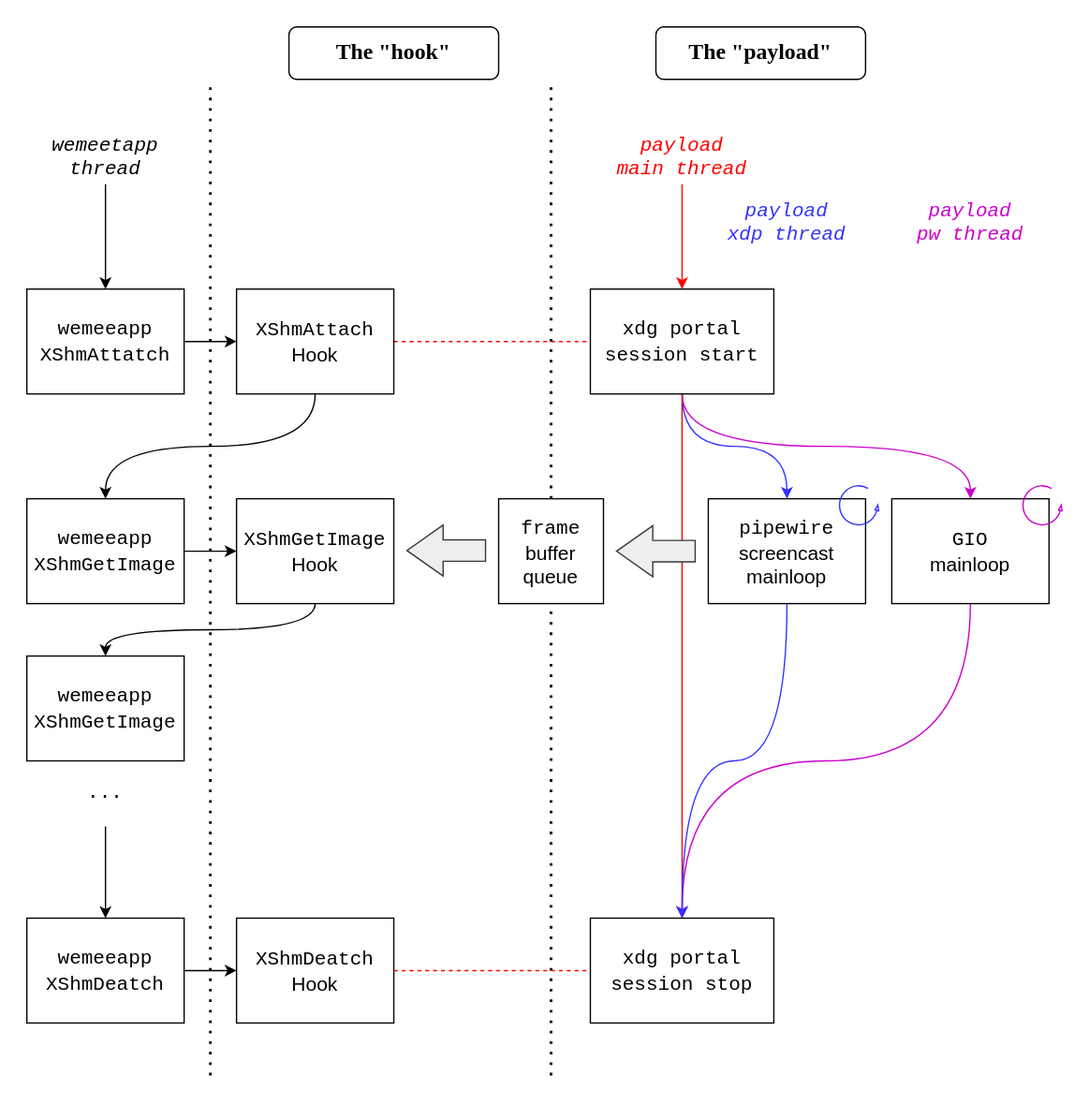
Above: resource/diagram.svg in novel2430/wemeet-wayland-screenshare (draw.io), before the change. Source tidied: cells renumbered, new cells last; positions are measured from the earlier drawing's top-left corner, leaving out a move shared by most shapes. The source it was exported from:
```xml
<mxGraphModel>
  <root>
    <mxCell id="0" />
    <mxCell id="1" parent="0" />
    <mxCell id="2" style="edgeStyle=none;html=1;exitX=1;exitY=0.5;exitDx=0;exitDy=0;entryX=0;entryY=0.5;entryDx=0;entryDy=0;fontFamily=Courier New;fontSize=15;" parent="1" edge="1" source="3" target="15">
      <mxGeometry relative="1" as="geometry" />
    </mxCell>
    <mxCell id="3" value="&lt;font style=&quot;font-size: 15px;&quot;&gt;&lt;font face=&quot;Courier New&quot; style=&quot;font-size: 15px;&quot;&gt;wemeeapp&lt;br style=&quot;font-size: 15px;&quot;&gt;XShmAttatch&lt;/font&gt;&lt;br style=&quot;font-size: 15px;&quot;&gt;&lt;/font&gt;" style="rounded=0;whiteSpace=wrap;html=1;fontSize=15;" parent="1" vertex="1">
      <mxGeometry y="200" width="120" height="80" as="geometry" />
    </mxCell>
    <mxCell id="4" style="edgeStyle=orthogonalEdgeStyle;curved=1;rounded=1;html=1;exitX=1;exitY=0.5;exitDx=0;exitDy=0;entryX=0;entryY=0.5;entryDx=0;entryDy=0;strokeColor=#000000;fontFamily=Courier New;fontSize=15;fontColor=#FF0000;endArrow=classic;endFill=1;elbow=vertical;" parent="1" edge="1" source="5" target="34">
      <mxGeometry relative="1" as="geometry" />
    </mxCell>
    <mxCell id="5" value="&lt;font style=&quot;font-size: 15px;&quot;&gt;&lt;font face=&quot;Courier New&quot; style=&quot;font-size: 15px;&quot;&gt;wemeeapp&lt;br style=&quot;font-size: 15px;&quot;&gt;XShmGetImage&lt;/font&gt;&lt;br style=&quot;font-size: 15px;&quot;&gt;&lt;/font&gt;" style="rounded=0;whiteSpace=wrap;html=1;fontSize=15;" parent="1" vertex="1">
      <mxGeometry y="360" width="120" height="80" as="geometry" />
    </mxCell>
    <mxCell id="6" value="&lt;font style=&quot;font-size: 15px;&quot;&gt;&lt;font face=&quot;Courier New&quot; style=&quot;font-size: 15px;&quot;&gt;wemeeapp&lt;br style=&quot;font-size: 15px;&quot;&gt;XShmGetImage&lt;/font&gt;&lt;br style=&quot;font-size: 15px;&quot;&gt;&lt;/font&gt;" style="rounded=0;whiteSpace=wrap;html=1;fontSize=15;" parent="1" vertex="1">
      <mxGeometry y="480" width="120" height="80" as="geometry" />
    </mxCell>
    <mxCell id="7" style="endArrow=classic;html=1;fontFamily=Courier New;fontSize=15;exitX=0.5;exitY=1;exitDx=0;exitDy=0;" parent="1" edge="1" source="9">
      <mxGeometry relative="1" as="geometry">
        <mxPoint x="60" y="200" as="targetPoint" />
      </mxGeometry>
    </mxCell>
    <mxCell id="8" style="endArrow=none;dashed=1;html=1;dashPattern=1 3;strokeWidth=2;fontFamily=Courier New;fontSize=14;" parent="1" edge="1">
      <mxGeometry relative="1" as="geometry">
        <mxPoint x="140" y="800" as="sourcePoint" />
        <mxPoint x="140" y="40" as="targetPoint" />
      </mxGeometry>
    </mxCell>
    <mxCell id="9" value="wemeetapp&lt;br style=&quot;font-size: 15px;&quot;&gt;thread" style="text;html=1;strokeColor=none;fillColor=none;align=center;verticalAlign=middle;whiteSpace=wrap;rounded=0;fontFamily=Courier New;fontSize=15;fontStyle=2;" parent="1" vertex="1">
      <mxGeometry y="80" width="120" height="40" as="geometry" />
    </mxCell>
    <mxCell id="10" style="edgeStyle=orthogonalEdgeStyle;curved=1;rounded=1;html=1;exitX=1;exitY=0.5;exitDx=0;exitDy=0;entryX=0;entryY=0.5;entryDx=0;entryDy=0;strokeColor=#000000;fontFamily=Courier New;fontSize=15;fontColor=#FF0000;endArrow=classic;endFill=1;elbow=vertical;" parent="1" edge="1" source="11" target="30">
      <mxGeometry relative="1" as="geometry" />
    </mxCell>
    <mxCell id="11" value="&lt;font style=&quot;font-size: 15px;&quot;&gt;&lt;font face=&quot;Courier New&quot; style=&quot;font-size: 15px;&quot;&gt;wemeeapp&lt;br style=&quot;font-size: 15px;&quot;&gt;XShmDeatch&lt;/font&gt;&lt;br style=&quot;font-size: 15px;&quot;&gt;&lt;/font&gt;" style="rounded=0;whiteSpace=wrap;html=1;fontSize=15;" parent="1" vertex="1">
      <mxGeometry y="680" width="120" height="80" as="geometry" />
    </mxCell>
    <mxCell id="12" style="endArrow=classic;html=1;fontFamily=Courier New;fontSize=15;entryX=0.5;entryY=0;entryDx=0;entryDy=0;" parent="1" edge="1" target="11">
      <mxGeometry relative="1" as="geometry">
        <mxPoint x="60" y="610" as="sourcePoint" />
      </mxGeometry>
    </mxCell>
    <mxCell id="13" style="edgeStyle=orthogonalEdgeStyle;html=1;exitX=0.5;exitY=1;exitDx=0;exitDy=0;entryX=0.5;entryY=0;entryDx=0;entryDy=0;fontFamily=Courier New;fontSize=15;curved=1;" parent="1" edge="1" source="15" target="5">
      <mxGeometry relative="1" as="geometry" />
    </mxCell>
    <mxCell id="14" style="edgeStyle=orthogonalEdgeStyle;html=1;exitX=1;exitY=0.5;exitDx=0;exitDy=0;entryX=0;entryY=0.5;entryDx=0;entryDy=0;strokeColor=#FF0000;fontFamily=Courier New;fontSize=15;fontColor=#FF0000;rounded=0;endArrow=none;endFill=0;dashed=1;" parent="1" edge="1" source="15" target="19">
      <mxGeometry relative="1" as="geometry" />
    </mxCell>
    <mxCell id="15" value="&lt;font style=&quot;font-size: 15px;&quot;&gt;&lt;font face=&quot;Courier New&quot; style=&quot;font-size: 15px;&quot;&gt;XShmAttach&lt;br style=&quot;font-size: 15px;&quot;&gt;&lt;/font&gt;Hook&lt;br style=&quot;font-size: 15px;&quot;&gt;&lt;/font&gt;" style="rounded=0;whiteSpace=wrap;html=1;fontSize=15;" parent="1" vertex="1">
      <mxGeometry x="160" y="200" width="120" height="80" as="geometry" />
    </mxCell>
    <mxCell id="16" style="edgeStyle=orthogonalEdgeStyle;html=1;exitX=0.5;exitY=1;exitDx=0;exitDy=0;entryX=0.5;entryY=0;entryDx=0;entryDy=0;strokeColor=#CC00CC;fontFamily=Courier New;fontSize=15;fontColor=#CC00CC;endArrow=classic;endFill=1;curved=1;" parent="1" edge="1" source="19" target="23">
      <mxGeometry relative="1" as="geometry" />
    </mxCell>
    <mxCell id="17" style="edgeStyle=orthogonalEdgeStyle;curved=1;html=1;exitX=0.5;exitY=1;exitDx=0;exitDy=0;entryX=0.5;entryY=0;entryDx=0;entryDy=0;strokeColor=#3333FF;fontFamily=Courier New;fontSize=15;fontColor=#FF0000;endArrow=classic;endFill=1;" parent="1" edge="1" source="19" target="25">
      <mxGeometry relative="1" as="geometry" />
    </mxCell>
    <mxCell id="18" style="edgeStyle=orthogonalEdgeStyle;curved=1;html=1;exitX=0.5;exitY=1;exitDx=0;exitDy=0;strokeColor=#FF0000;fontFamily=Courier New;fontSize=15;fontColor=#FF0000;endArrow=classic;endFill=1;" parent="1" edge="1" source="19" target="29">
      <mxGeometry relative="1" as="geometry" />
    </mxCell>
    <mxCell id="19" value="&lt;font style=&quot;font-size: 15px;&quot;&gt;&lt;font face=&quot;Courier New&quot; style=&quot;font-size: 15px;&quot;&gt;&lt;font style=&quot;font-size: 15px;&quot;&gt;xdg portal&lt;br style=&quot;font-size: 15px;&quot;&gt;&lt;/font&gt;session start&lt;/font&gt;&lt;br style=&quot;font-size: 15px;&quot;&gt;&lt;/font&gt;" style="rounded=0;whiteSpace=wrap;html=1;fontSize=15;" parent="1" vertex="1">
      <mxGeometry x="430" y="200" width="140" height="80" as="geometry" />
    </mxCell>
    <mxCell id="20" style="endArrow=classic;html=1;fontFamily=Courier New;fontSize=15;entryX=0.5;entryY=0;entryDx=0;entryDy=0;strokeColor=#FF0000;exitX=0.5;exitY=1;exitDx=0;exitDy=0;" parent="1" edge="1" source="21" target="19">
      <mxGeometry relative="1" as="geometry" />
    </mxCell>
    <mxCell id="21" value="payload&lt;br style=&quot;font-size: 15px;&quot;&gt;main thread" style="text;html=1;strokeColor=none;fillColor=none;align=center;verticalAlign=middle;whiteSpace=wrap;rounded=0;fontFamily=Courier New;fontSize=15;fontColor=#FF0000;fontStyle=2;" parent="1" vertex="1">
      <mxGeometry x="440" y="80" width="120" height="40" as="geometry" />
    </mxCell>
    <mxCell id="22" style="edgeStyle=orthogonalEdgeStyle;curved=1;rounded=1;html=1;exitX=0.5;exitY=1;exitDx=0;exitDy=0;entryX=0.5;entryY=0;entryDx=0;entryDy=0;strokeColor=#CC00CC;fontFamily=Courier New;fontSize=15;fontColor=#CC00CC;endArrow=classic;endFill=1;elbow=vertical;" parent="1" edge="1" source="23" target="29">
      <mxGeometry relative="1" as="geometry" />
    </mxCell>
    <mxCell id="23" value="&lt;font style=&quot;font-size: 15px;&quot;&gt;&lt;font face=&quot;Courier New&quot; style=&quot;font-size: 15px;&quot;&gt;GIO&lt;br style=&quot;font-size: 15px;&quot;&gt;&lt;/font&gt;mainloop&lt;br style=&quot;font-size: 15px;&quot;&gt;&lt;/font&gt;" style="rounded=0;whiteSpace=wrap;html=1;fontSize=15;" parent="1" vertex="1">
      <mxGeometry x="660" y="360" width="120" height="80" as="geometry" />
    </mxCell>
    <mxCell id="24" style="html=1;exitX=0.5;exitY=1;exitDx=0;exitDy=0;strokeColor=#3333FF;fontFamily=Courier New;fontSize=15;fontColor=#FF0000;endArrow=classic;endFill=1;edgeStyle=orthogonalEdgeStyle;elbow=vertical;rounded=1;curved=1;entryX=0.5;entryY=0;entryDx=0;entryDy=0;" parent="1" edge="1" source="25" target="29">
      <mxGeometry relative="1" as="geometry" />
    </mxCell>
    <mxCell id="25" value="&lt;font style=&quot;font-size: 15px;&quot;&gt;&lt;font face=&quot;Courier New&quot; style=&quot;font-size: 15px;&quot;&gt;pipewire&lt;br style=&quot;font-size: 15px;&quot;&gt;&lt;/font&gt;screencast&lt;br style=&quot;font-size: 15px;&quot;&gt;mainloop&lt;br style=&quot;font-size: 15px;&quot;&gt;&lt;/font&gt;" style="rounded=0;whiteSpace=wrap;html=1;fontSize=15;" parent="1" vertex="1">
      <mxGeometry x="520" y="360" width="120" height="80" as="geometry" />
    </mxCell>
    <mxCell id="26" style="endArrow=none;dashed=1;html=1;dashPattern=1 3;strokeWidth=2;fontFamily=Courier New;fontSize=14;" parent="1" edge="1">
      <mxGeometry relative="1" as="geometry">
        <mxPoint x="400" y="800" as="sourcePoint" />
        <mxPoint x="400" y="40" as="targetPoint" />
      </mxGeometry>
    </mxCell>
    <mxCell id="27" style="verticalLabelPosition=bottom;html=1;verticalAlign=top;strokeWidth=1;shape=mxgraph.lean_mapping.physical_pull;fontFamily=Courier New;fontSize=15;fontColor=#FF0000;fillColor=none;strokeColor=#3333FF;" parent="1" vertex="1">
      <mxGeometry x="620" y="350" width="30" height="30" as="geometry" />
    </mxCell>
    <mxCell id="28" style="verticalLabelPosition=bottom;html=1;verticalAlign=top;strokeWidth=1;shape=mxgraph.lean_mapping.physical_pull;fontFamily=Courier New;fontSize=15;fontColor=#CC00CC;fillColor=none;strokeColor=#CC00CC;" parent="1" vertex="1">
      <mxGeometry x="760" y="350" width="30" height="30" as="geometry" />
    </mxCell>
    <mxCell id="29" value="&lt;font style=&quot;font-size: 15px;&quot;&gt;&lt;font face=&quot;Courier New&quot; style=&quot;font-size: 15px;&quot;&gt;&lt;font style=&quot;font-size: 15px;&quot;&gt;xdg portal&lt;br style=&quot;font-size: 15px;&quot;&gt;&lt;/font&gt;session stop&lt;/font&gt;&lt;br style=&quot;font-size: 15px;&quot;&gt;&lt;/font&gt;" style="rounded=0;whiteSpace=wrap;html=1;fontSize=15;" parent="1" vertex="1">
      <mxGeometry x="430" y="680" width="140" height="80" as="geometry" />
    </mxCell>
    <mxCell id="30" value="&lt;font style=&quot;font-size: 15px;&quot;&gt;&lt;span style=&quot;font-family: &amp;quot;Courier New&amp;quot;; font-size: 15px;&quot;&gt;XShmDeatch&lt;/span&gt;&lt;font face=&quot;Courier New&quot; style=&quot;font-size: 15px;&quot;&gt;&lt;br style=&quot;font-size: 15px;&quot;&gt;&lt;/font&gt;Hook&lt;br style=&quot;font-size: 15px;&quot;&gt;&lt;/font&gt;" style="rounded=0;whiteSpace=wrap;html=1;fontSize=15;" parent="1" vertex="1">
      <mxGeometry x="160" y="680" width="120" height="80" as="geometry" />
    </mxCell>
    <mxCell id="31" value="&lt;font color=&quot;#000000&quot; style=&quot;font-size: 15px;&quot;&gt;...&lt;/font&gt;" style="text;whiteSpace=wrap;html=1;fontSize=15;fontFamily=Courier New;fontColor=#FF0000;align=center;" parent="1" vertex="1">
      <mxGeometry x="20" y="570" width="80" height="30" as="geometry" />
    </mxCell>
    <mxCell id="32" style="edgeStyle=orthogonalEdgeStyle;html=1;entryX=0;entryY=0.5;entryDx=0;entryDy=0;strokeColor=#FF0000;fontFamily=Courier New;fontSize=15;fontColor=#FF0000;rounded=0;endArrow=none;endFill=0;dashed=1;exitX=1;exitY=0.5;exitDx=0;exitDy=0;" parent="1" edge="1" source="30" target="29">
      <mxGeometry relative="1" as="geometry" />
    </mxCell>
    <mxCell id="33" style="edgeStyle=orthogonalEdgeStyle;curved=1;rounded=1;html=1;exitX=0.5;exitY=1;exitDx=0;exitDy=0;entryX=0.5;entryY=0;entryDx=0;entryDy=0;strokeColor=#000000;fontFamily=Courier New;fontSize=15;fontColor=#FF0000;endArrow=classic;endFill=1;elbow=vertical;" parent="1" edge="1" source="34" target="6">
      <mxGeometry relative="1" as="geometry" />
    </mxCell>
    <mxCell id="34" value="&lt;font style=&quot;font-size: 15px;&quot;&gt;&lt;span style=&quot;font-family: &amp;quot;Courier New&amp;quot;;&quot;&gt;XShmGetImage&lt;/span&gt;&lt;font face=&quot;Courier New&quot; style=&quot;font-size: 15px;&quot;&gt;&lt;br style=&quot;font-size: 15px;&quot;&gt;&lt;/font&gt;Hook&lt;br style=&quot;font-size: 15px;&quot;&gt;&lt;/font&gt;" style="rounded=0;whiteSpace=wrap;html=1;fontSize=15;" parent="1" vertex="1">
      <mxGeometry x="160" y="360" width="120" height="80" as="geometry" />
    </mxCell>
    <mxCell id="35" value="&lt;span&gt;&lt;font color=&quot;#000000&quot; style=&quot;font-size: 17px;&quot;&gt;The &quot;hook&quot;&lt;/font&gt;&lt;/span&gt;" style="rounded=1;whiteSpace=wrap;html=1;strokeColor=#000000;strokeWidth=1;fontFamily=Times New Roman;fontSize=14;fontColor=#FF0000;fillColor=none;verticalAlign=middle;fontStyle=1;" parent="1" vertex="1">
      <mxGeometry x="200" width="160" height="40" as="geometry" />
    </mxCell>
    <mxCell id="36" value="&lt;span&gt;&lt;font color=&quot;#000000&quot; style=&quot;font-size: 17px;&quot;&gt;The &quot;payload&quot;&lt;/font&gt;&lt;/span&gt;" style="rounded=1;whiteSpace=wrap;html=1;strokeColor=#000000;strokeWidth=1;fontFamily=Times New Roman;fontSize=14;fontColor=#FF0000;fillColor=none;verticalAlign=middle;fontStyle=1;" parent="1" vertex="1">
      <mxGeometry x="480" width="160" height="40" as="geometry" />
    </mxCell>
    <mxCell id="37" value="&lt;font style=&quot;font-size: 15px;&quot;&gt;&lt;font style=&quot;font-size: 15px;&quot; face=&quot;Courier New&quot;&gt;frame&lt;br style=&quot;font-size: 15px;&quot;&gt;&lt;/font&gt;buffer&lt;br style=&quot;font-size: 15px;&quot;&gt;queue&lt;/font&gt;" style="rounded=0;whiteSpace=wrap;html=1;strokeColor=#000000;strokeWidth=1;fontFamily=Helvetica;fontSize=15;fontColor=#000000;fillColor=default;" parent="1" vertex="1">
      <mxGeometry x="360" y="360" width="80" height="80" as="geometry" />
    </mxCell>
    <mxCell id="38" style="html=1;shadow=0;dashed=0;align=center;verticalAlign=middle;shape=mxgraph.arrows2.arrow;dy=0.58;dx=27.63;flipH=1;notch=0;strokeColor=#36393d;strokeWidth=1;fontFamily=Courier New;fontSize=15;fillColor=#eeeeee;" parent="1" vertex="1">
      <mxGeometry x="450" y="380.5" width="60" height="39" as="geometry" />
    </mxCell>
    <mxCell id="39" style="html=1;shadow=0;dashed=0;align=center;verticalAlign=middle;shape=mxgraph.arrows2.arrow;dy=0.58;dx=27.63;flipH=1;notch=0;strokeColor=#36393d;strokeWidth=1;fontFamily=Courier New;fontSize=15;fillColor=#eeeeee;" parent="1" vertex="1">
      <mxGeometry x="290" y="380" width="60" height="39" as="geometry" />
    </mxCell>
    <mxCell id="40" value="payload&lt;br style=&quot;font-size: 15px;&quot;&gt;xdp thread" style="text;html=1;strokeColor=none;fillColor=none;align=center;verticalAlign=middle;whiteSpace=wrap;rounded=0;fontFamily=Courier New;fontSize=15;fontColor=#3333FF;fontStyle=2;" parent="1" vertex="1">
      <mxGeometry x="520" y="130" width="120" height="40" as="geometry" />
    </mxCell>
    <mxCell id="41" value="payload&lt;br style=&quot;font-size: 15px;&quot;&gt;pw thread" style="text;html=1;strokeColor=none;fillColor=none;align=center;verticalAlign=middle;whiteSpace=wrap;rounded=0;fontFamily=Courier New;fontSize=15;fontColor=#CC00CC;fontStyle=2;" parent="1" vertex="1">
      <mxGeometry x="660" y="130" width="120" height="40" as="geometry" />
    </mxCell>
  </root>
</mxGraphModel>
```
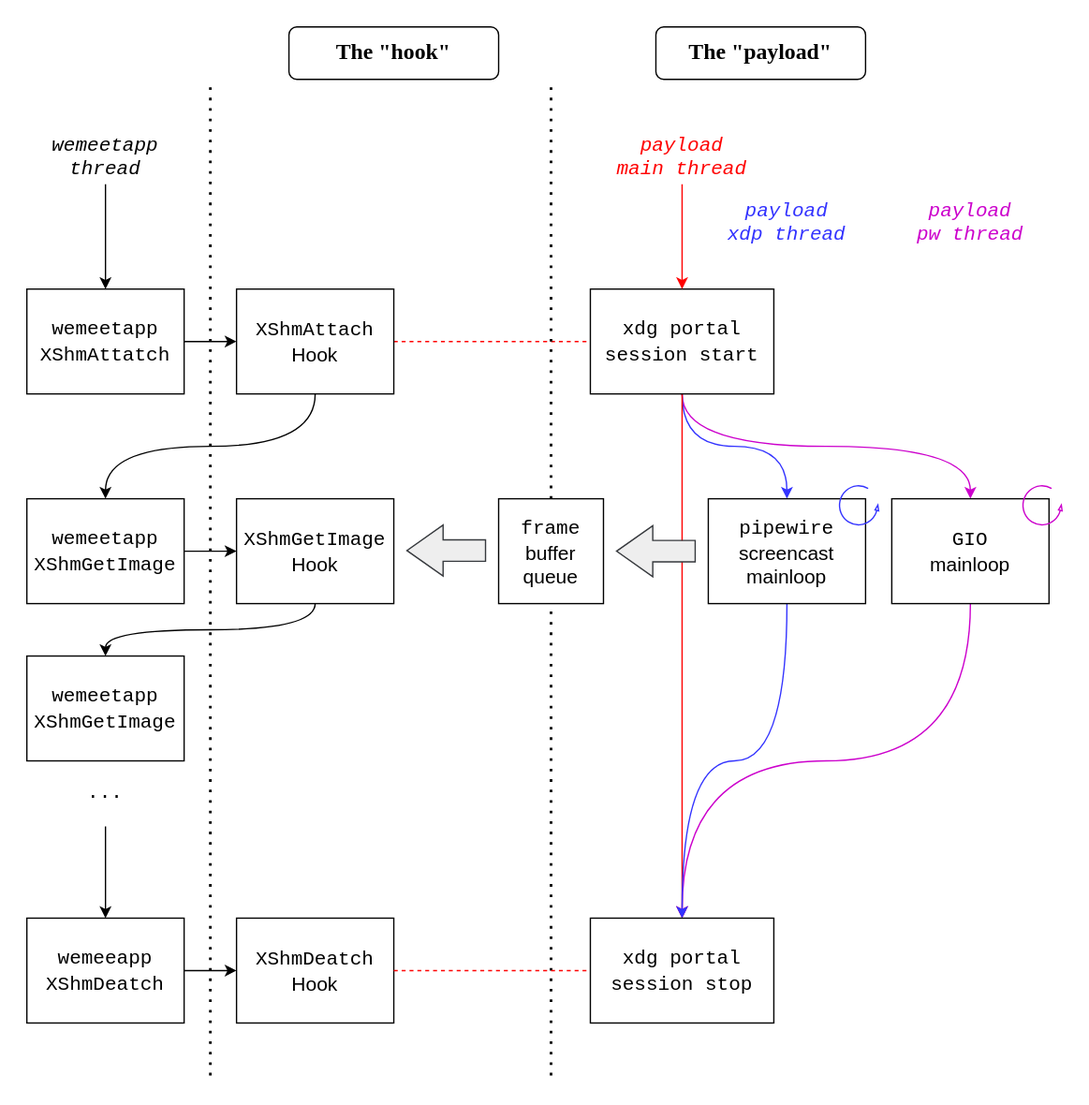
Later version of the same file.

What changed in the source:
```diff
@@ -5,16 +5,16 @@
     <mxCell id="2" style="edgeStyle=none;html=1;exitX=1;exitY=0.5;exitDx=0;exitDy=0;entryX=0;entryY=0.5;entryDx=0;entryDy=0;fontFamily=Courier New;fontSize=15;" parent="1" edge="1" source="3" target="15">
       <mxGeometry relative="1" as="geometry" />
     </mxCell>
-    <mxCell id="3" value="&lt;font style=&quot;font-size: 15px;&quot;&gt;&lt;font face=&quot;Courier New&quot; style=&quot;font-size: 15px;&quot;&gt;wemeeapp&lt;br style=&quot;font-size: 15px;&quot;&gt;XShmAttatch&lt;/font&gt;&lt;br style=&quot;font-size: 15px;&quot;&gt;&lt;/font&gt;" style="rounded=0;whiteSpace=wrap;html=1;fontSize=15;" parent="1" vertex="1">
+    <mxCell id="3" value="&lt;font style=&quot;font-size: 15px;&quot;&gt;&lt;font face=&quot;Courier New&quot; style=&quot;font-size: 15px;&quot;&gt;wemeetapp&lt;br style=&quot;font-size: 15px;&quot;&gt;XShmAttatch&lt;/font&gt;&lt;br style=&quot;font-size: 15px;&quot;&gt;&lt;/font&gt;" style="rounded=0;whiteSpace=wrap;html=1;fontSize=15;" parent="1" vertex="1">
       <mxGeometry y="200" width="120" height="80" as="geometry" />
     </mxCell>
     <mxCell id="4" style="edgeStyle=orthogonalEdgeStyle;curved=1;rounded=1;html=1;exitX=1;exitY=0.5;exitDx=0;exitDy=0;entryX=0;entryY=0.5;entryDx=0;entryDy=0;strokeColor=#000000;fontFamily=Courier New;fontSize=15;fontColor=#FF0000;endArrow=classic;endFill=1;elbow=vertical;" parent="1" edge="1" source="5" target="34">
       <mxGeometry relative="1" as="geometry" />
     </mxCell>
-    <mxCell id="5" value="&lt;font style=&quot;font-size: 15px;&quot;&gt;&lt;font face=&quot;Courier New&quot; style=&quot;font-size: 15px;&quot;&gt;wemeeapp&lt;br style=&quot;font-size: 15px;&quot;&gt;XShmGetImage&lt;/font&gt;&lt;br style=&quot;font-size: 15px;&quot;&gt;&lt;/font&gt;" style="rounded=0;whiteSpace=wrap;html=1;fontSize=15;" parent="1" vertex="1">
+    <mxCell id="5" value="&lt;font style=&quot;font-size: 15px;&quot;&gt;&lt;font face=&quot;Courier New&quot; style=&quot;font-size: 15px;&quot;&gt;wemeetapp&lt;br style=&quot;font-size: 15px;&quot;&gt;XShmGetImage&lt;/font&gt;&lt;br style=&quot;font-size: 15px;&quot;&gt;&lt;/font&gt;" style="rounded=0;whiteSpace=wrap;html=1;fontSize=15;" parent="1" vertex="1">
       <mxGeometry y="360" width="120" height="80" as="geometry" />
     </mxCell>
-    <mxCell id="6" value="&lt;font style=&quot;font-size: 15px;&quot;&gt;&lt;font face=&quot;Courier New&quot; style=&quot;font-size: 15px;&quot;&gt;wemeeapp&lt;br style=&quot;font-size: 15px;&quot;&gt;XShmGetImage&lt;/font&gt;&lt;br style=&quot;font-size: 15px;&quot;&gt;&lt;/font&gt;" style="rounded=0;whiteSpace=wrap;html=1;fontSize=15;" parent="1" vertex="1">
+    <mxCell id="6" value="&lt;font style=&quot;font-size: 15px;&quot;&gt;&lt;font face=&quot;Courier New&quot; style=&quot;font-size: 15px;&quot;&gt;wemeetapp&lt;br style=&quot;font-size: 15px;&quot;&gt;XShmGetImage&lt;/font&gt;&lt;br style=&quot;font-size: 15px;&quot;&gt;&lt;/font&gt;" style="rounded=0;whiteSpace=wrap;html=1;fontSize=15;" parent="1" vertex="1">
       <mxGeometry y="480" width="120" height="80" as="geometry" />
     </mxCell>
     <mxCell id="7" style="endArrow=classic;html=1;fontFamily=Courier New;fontSize=15;exitX=0.5;exitY=1;exitDx=0;exitDy=0;" parent="1" edge="1" source="9">
```
